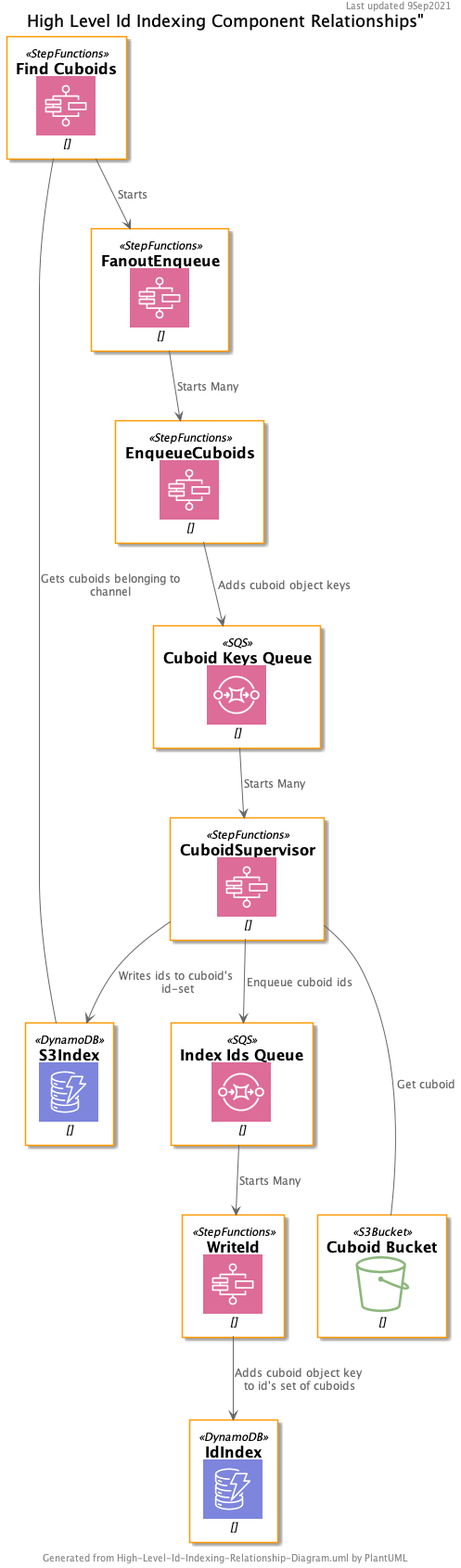
This is docs/object_indexing/High-Level-Id-Indexing-Relationship-Diagram.png from jhuapl-boss/boss-manage, a PlantUML export, as it was before one commit.
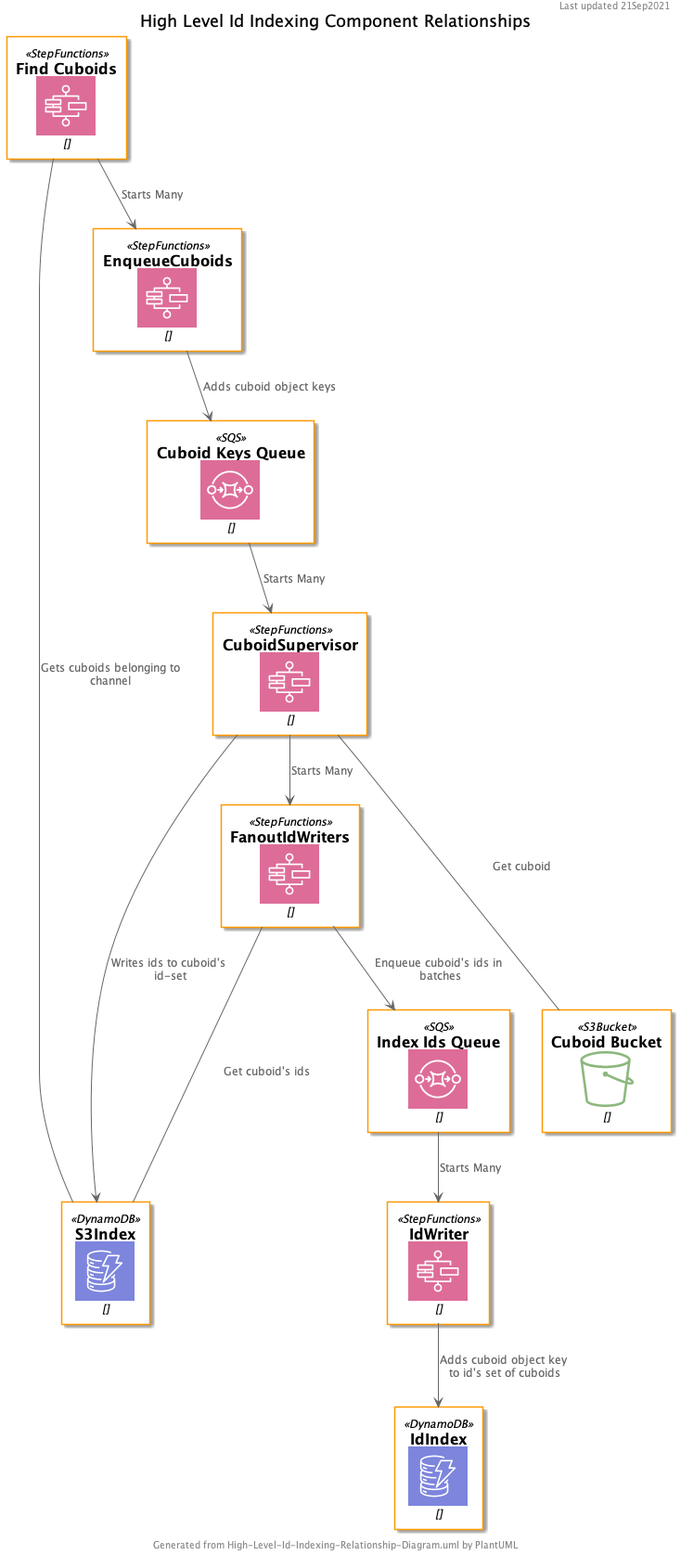
Above is the later version.

Change to the diagram source:
```diff
@@ -1,6 +1,6 @@
 @startuml
-title  "High Level Id Indexing Component Relationships""
-header Last updated 9Sep2021
+title  "High Level Id Indexing Component Relationships"
+header Last updated 21Sep2021
 footer Generated from High-Level-Id-Indexing-Relationship-Diagram.uml by PlantUML
 
 !include <awslib/AWSCommon>
@@ -12,22 +12,23 @@
 DynamoDB(S3Index, "S3Index", "")
 DynamoDB(IdIndex, "IdIndex", "")
 StepFunctions(FindCuboids, "Find Cuboids", "")
-StepFunctions(FanoutEnqueue, "FanoutEnqueue", "")
 StepFunctions(EnqueueCuboids, "EnqueueCuboids", "")
 SQS(CuboidSqs, "Cuboid Keys Queue", "")
 StepFunctions(CuboidSupervisor, "CuboidSupervisor", "")
 SQS(IndexIdsSqs, "Index Ids Queue", "")
-StepFunctions(WriteId, "WriteId", "")
+StepFunctions(FanoutIdWriters, "FanoutIdWriters", "")
+StepFunctions(IdWriter, "IdWriter", "")
 S3Bucket(CuboidBucket, "Cuboid Bucket", "")
 
-FindCuboids --> FanoutEnqueue : Starts
+FindCuboids --> EnqueueCuboids : Starts Many
 FindCuboids --- S3Index : Gets cuboids belonging to channel
-FanoutEnqueue --> EnqueueCuboids : Starts Many
 EnqueueCuboids --> CuboidSqs : Adds cuboid object keys
 CuboidSqs --> CuboidSupervisor : Starts Many
 CuboidSupervisor --- CuboidBucket : Get cuboid
-CuboidSupervisor --> IndexIdsSqs : Enqueue cuboid ids
-IndexIdsSqs --> WriteId : Starts Many
+CuboidSupervisor --> FanoutIdWriters : Starts Many
+FanoutIdWriters --- S3Index : Get cuboid's ids
+FanoutIdWriters --> IndexIdsSqs: Enqueue cuboid's ids in batches
+IndexIdsSqs --> IdWriter : Starts Many
 CuboidSupervisor --> S3Index : Writes ids to cuboid's id-set
-WriteId --> IdIndex : Adds cuboid object key to id's set of cuboids
+IdWriter --> IdIndex : Adds cuboid object key to id's set of cuboids
 @enduml
```
